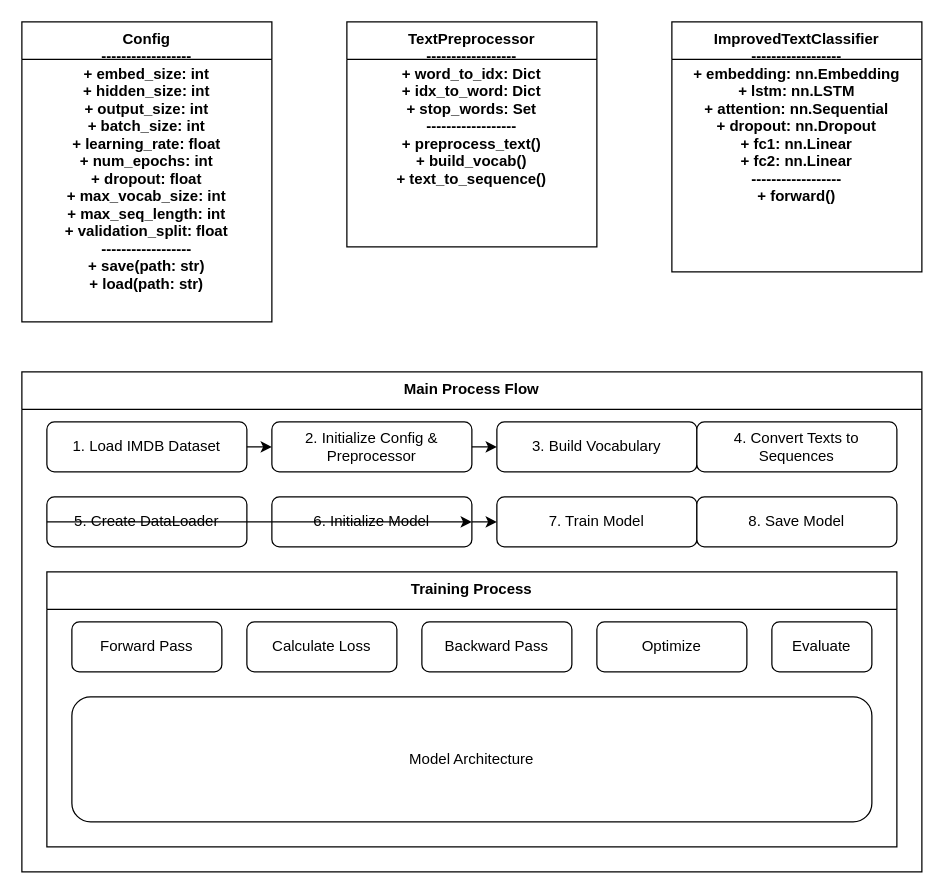
Earlier version of the draw.io diagram rnndemo.drawio (lwkjob/MyGrowth). Source tidied: cells renumbered, new cells numbered last; positions are measured from the earlier drawing's top-left corner, leaving out a move shared by most shapes. Both pictures are drawn from the tidied source at 125%, with x=0, y=0 at pixel (21, 21).
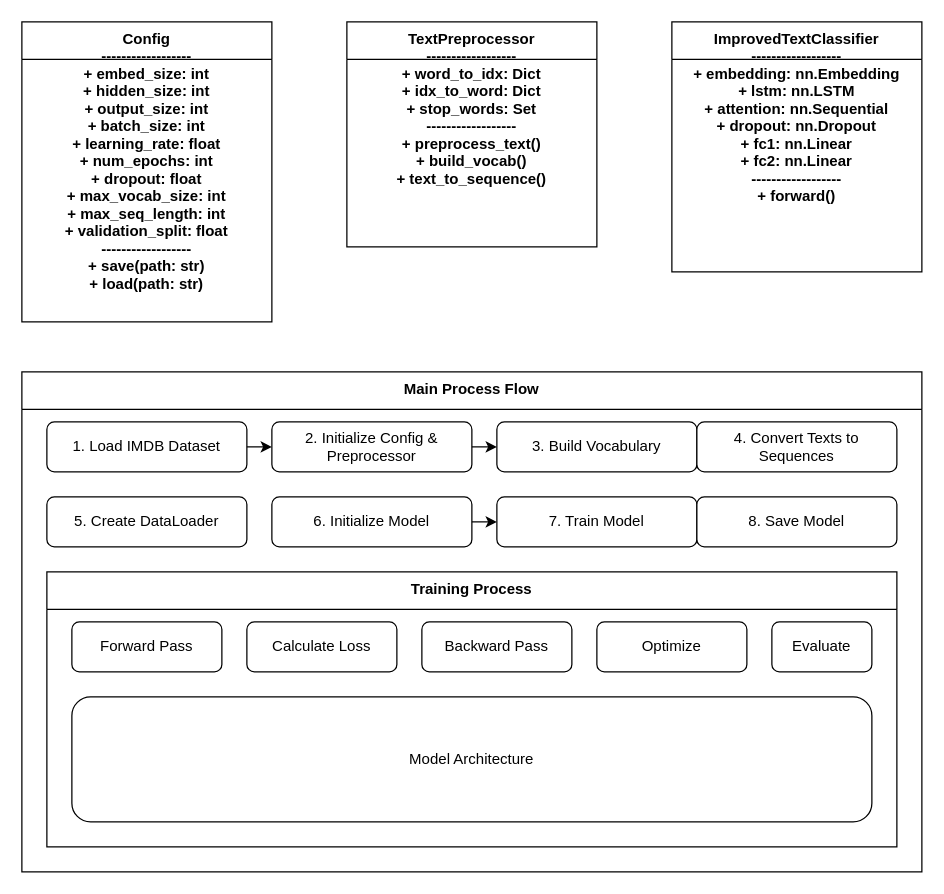
Above is the later version.

Unchanged cells that the change refers to:
```xml
<mxCell id="10" value="5. Create DataLoader" style="rounded=1;whiteSpace=wrap;html=1;" parent="5" vertex="1">
  <mxGeometry x="20" y="100" width="160" height="40" as="geometry" />
</mxCell>
<mxCell id="11" value="6. Initialize Model" style="rounded=1;whiteSpace=wrap;html=1;" parent="5" vertex="1">
  <mxGeometry x="200" y="100" width="160" height="40" as="geometry" />
</mxCell>
```

What changed in the source:
```diff
@@
-    <mxCell id="24" style="endArrow=classic;html=1;exitX=0;exitY=0.5;entryX=1;entryY=0.5;" parent="1" edge="1" source="10" target="11">
-      <mxGeometry relative="1" as="geometry" />
-    </mxCell>
```
